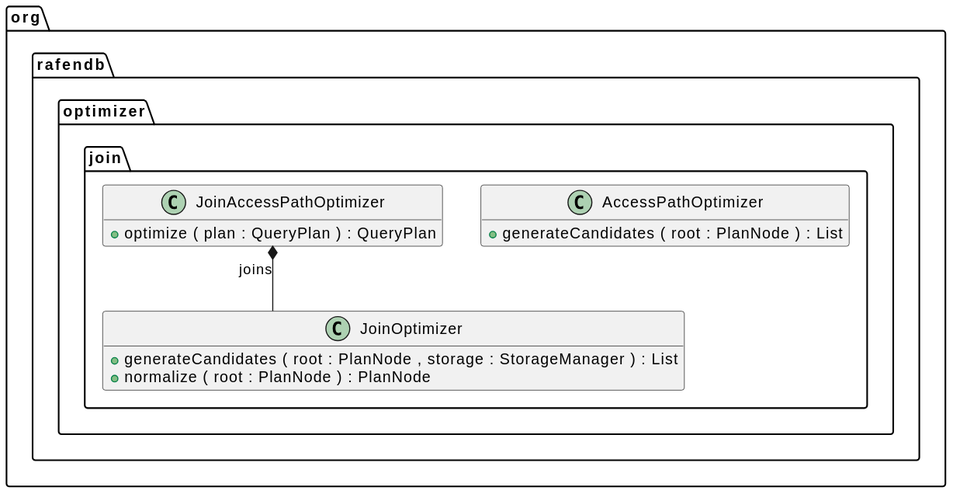
This is docs/generated/optimizer/optimizer-join.svg from m-akma1/rafendb, a PlantUML export, as it was before one commit. Its source is kept beside it as docs/generated/optimizer/optimizer-join.puml. The source it was exported from:
```plantuml
@startuml

set namespaceSeparator .
hide empty members
skinparam linetype ortho


class org.rafendb.optimizer.join.AccessPathOptimizer {
	{method} +generateCandidates ( root : PlanNode ) : List
}


class org.rafendb.optimizer.join.JoinAccessPathOptimizer {
	{method} +optimize ( plan : QueryPlan ) : QueryPlan
}


class org.rafendb.optimizer.join.JoinOptimizer {
	{method} +generateCandidates ( root : PlanNode , storage : StorageManager ) : List
	{method} +normalize ( root : PlanNode ) : PlanNode
}




org.rafendb.optimizer.join.JoinAccessPathOptimizer *--  org.rafendb.optimizer.join.JoinOptimizer : joins


@enduml
```
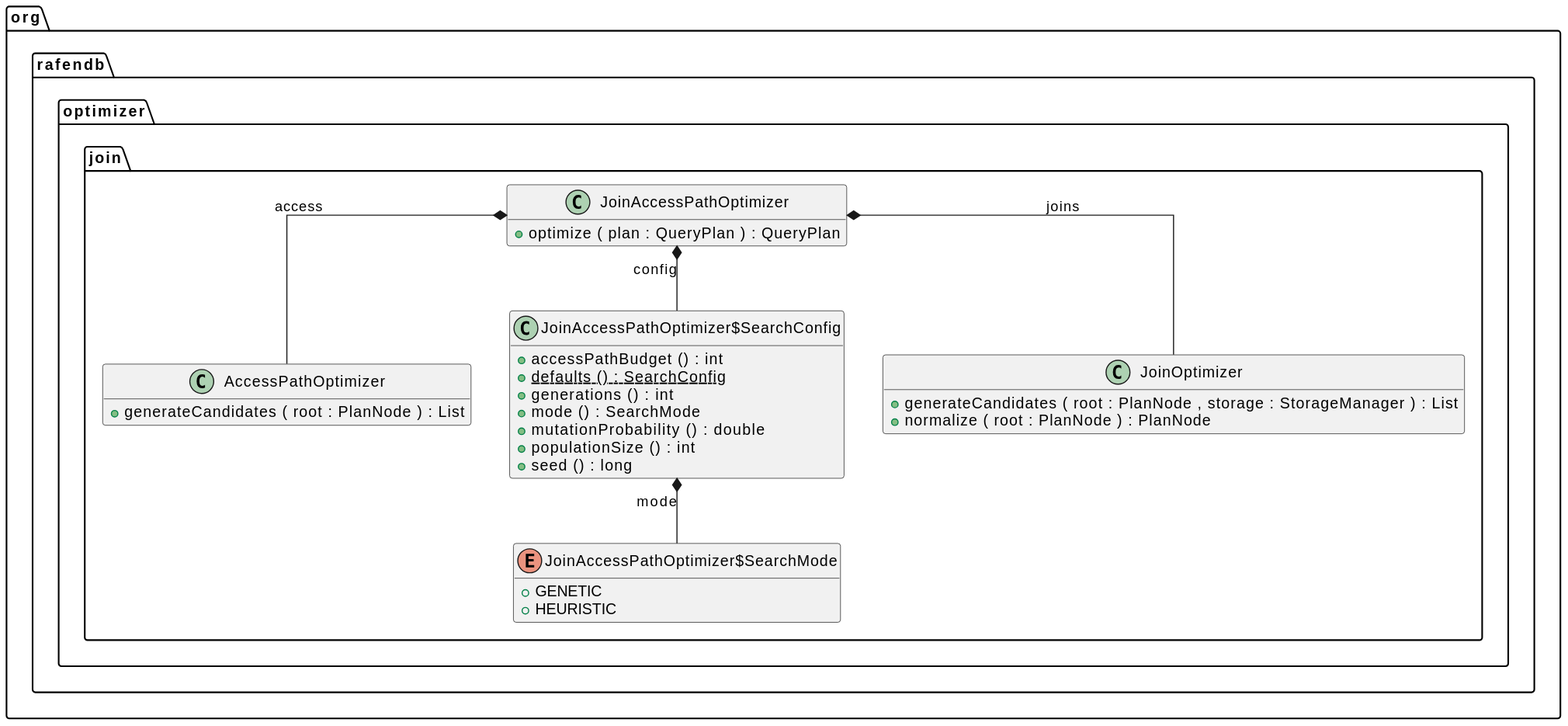
After the change.

Diff of the diagram source:
```diff
@@ -15,6 +15,23 @@
 }
 
 
+class org.rafendb.optimizer.join.JoinAccessPathOptimizer$SearchConfig {
+	{method} +accessPathBudget () : int
+	{method}  {static} +defaults () : SearchConfig
+	{method} +generations () : int
+	{method} +mode () : SearchMode
+	{method} +mutationProbability () : double
+	{method} +populationSize () : int
+	{method} +seed () : long
+}
+
+
+enum org.rafendb.optimizer.join.JoinAccessPathOptimizer$SearchMode {
+	{field} +GENETIC
+	{field} +HEURISTIC
+}
+
+
 class org.rafendb.optimizer.join.JoinOptimizer {
 	{method} +generateCandidates ( root : PlanNode , storage : StorageManager ) : List
 	{method} +normalize ( root : PlanNode ) : PlanNode
@@ -23,7 +40,10 @@
 
 
 
+org.rafendb.optimizer.join.JoinAccessPathOptimizer *--  org.rafendb.optimizer.join.AccessPathOptimizer : access
+org.rafendb.optimizer.join.JoinAccessPathOptimizer *--  org.rafendb.optimizer.join.JoinAccessPathOptimizer$SearchConfig : config
 org.rafendb.optimizer.join.JoinAccessPathOptimizer *--  org.rafendb.optimizer.join.JoinOptimizer : joins
+org.rafendb.optimizer.join.JoinAccessPathOptimizer$SearchConfig *--  org.rafendb.optimizer.join.JoinAccessPathOptimizer$SearchMode : mode
 
 
 @enduml
```
